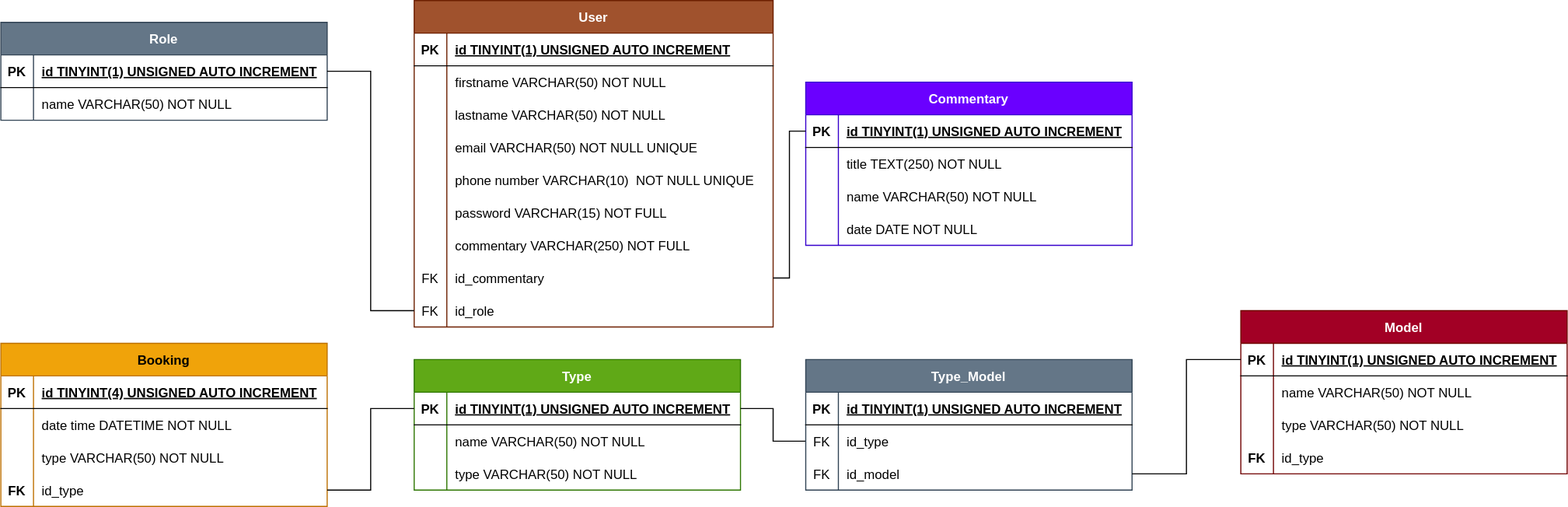
This is code/server/merise/MPD.drawio.svg from ikezadri/za.nails, a draw.io export, as it was before one commit. Source tidied: cells renumbered, new cells last; positions are measured from the earlier drawing's top-left corner, leaving out a move shared by most shapes.
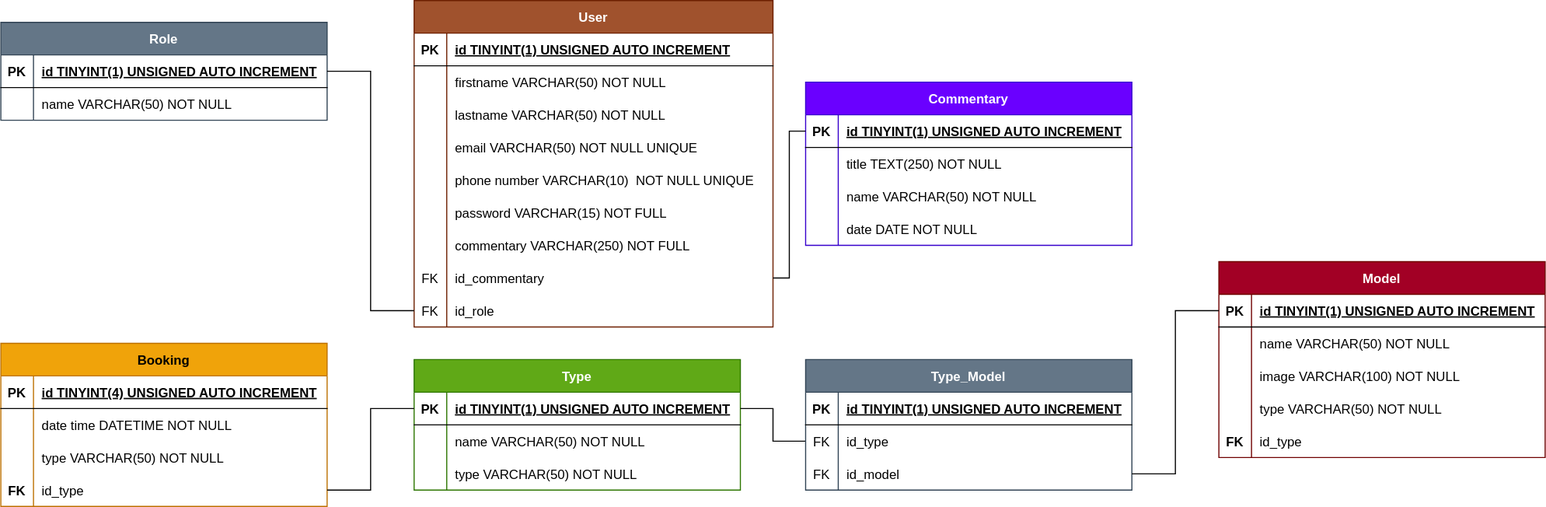
Above is the later version.

The edit, as a diff of the source:
```diff
@@ -180,7 +180,7 @@
       <mxGeometry relative="1" as="geometry" />
     </mxCell>
     <mxCell id="61" value="Model" style="shape=table;startSize=30;rowLines=0;fontStyle=1;align=center;fillColor=#a20025;strokeColor=#6F0000;fontColor=#ffffff;" parent="1" vertex="1">
-      <mxGeometry x="1140" y="285" width="300" height="150" as="geometry" />
+      <mxGeometry x="1120" y="240" width="300" height="180" as="geometry" />
     </mxCell>
     <mxCell id="62" style="shape=tableRow;horizontal=0;startSize=0;swimlaneHead=0;swimlaneBody=0;fillColor=none;points=[[0,0.5],[1,0.5]];portConstraint=eastwest;top=0;left=0;right=0;bottom=1;" parent="61" vertex="1">
       <mxGeometry y="30" width="300" height="30" as="geometry" />
@@ -200,8 +200,17 @@
     <mxCell id="67" value="name VARCHAR(50) NOT NULL" style="shape=partialRectangle;fillColor=none;top=0;left=0;bottom=0;right=0;align=left;spacingLeft=6;overflow=hidden;" parent="65" vertex="1">
       <mxGeometry x="30" width="270" height="30" as="geometry" />
     </mxCell>
+    <mxCell id="101" style="shape=tableRow;horizontal=0;startSize=0;swimlaneHead=0;swimlaneBody=0;fillColor=none;top=0;left=0;right=0;bottom=0;" parent="61" vertex="1">
+      <mxGeometry y="90" width="300" height="30" as="geometry" />
+    </mxCell>
+    <mxCell id="102" style="shape=partialRectangle;fillColor=none;top=0;left=0;bottom=0;right=0;overflow=hidden;" parent="101" vertex="1">
+      <mxGeometry width="30" height="30" as="geometry" />
+    </mxCell>
+    <mxCell id="103" value="image VARCHAR(100) NOT NULL" style="shape=partialRectangle;fillColor=none;top=0;left=0;bottom=0;right=0;align=left;spacingLeft=6;overflow=hidden;" parent="101" vertex="1">
+      <mxGeometry x="30" width="270" height="30" as="geometry" />
+    </mxCell>
     <mxCell id="68" style="shape=tableRow;horizontal=0;startSize=0;swimlaneHead=0;swimlaneBody=0;fillColor=none;top=0;left=0;right=0;bottom=0;" parent="61" vertex="1">
-      <mxGeometry y="90" width="300" height="30" as="geometry" />
+      <mxGeometry y="120" width="300" height="30" as="geometry" />
     </mxCell>
     <mxCell id="69" style="shape=partialRectangle;fillColor=none;top=0;left=0;bottom=0;right=0;overflow=hidden;" parent="68" vertex="1">
       <mxGeometry width="30" height="30" as="geometry" />
@@ -210,7 +219,7 @@
       <mxGeometry x="30" width="270" height="30" as="geometry" />
     </mxCell>
     <mxCell id="71" style="shape=tableRow;horizontal=0;startSize=0;swimlaneHead=0;swimlaneBody=0;fillColor=none;top=0;left=0;right=0;bottom=0;" parent="61" vertex="1">
-      <mxGeometry y="120" width="300" height="30" as="geometry" />
+      <mxGeometry y="150" width="300" height="30" as="geometry" />
     </mxCell>
     <mxCell id="72" value="FK" style="shape=partialRectangle;fillColor=none;top=0;left=0;bottom=0;right=0;overflow=hidden;fontStyle=1;" parent="71" vertex="1">
       <mxGeometry width="30" height="30" as="geometry" />
```
